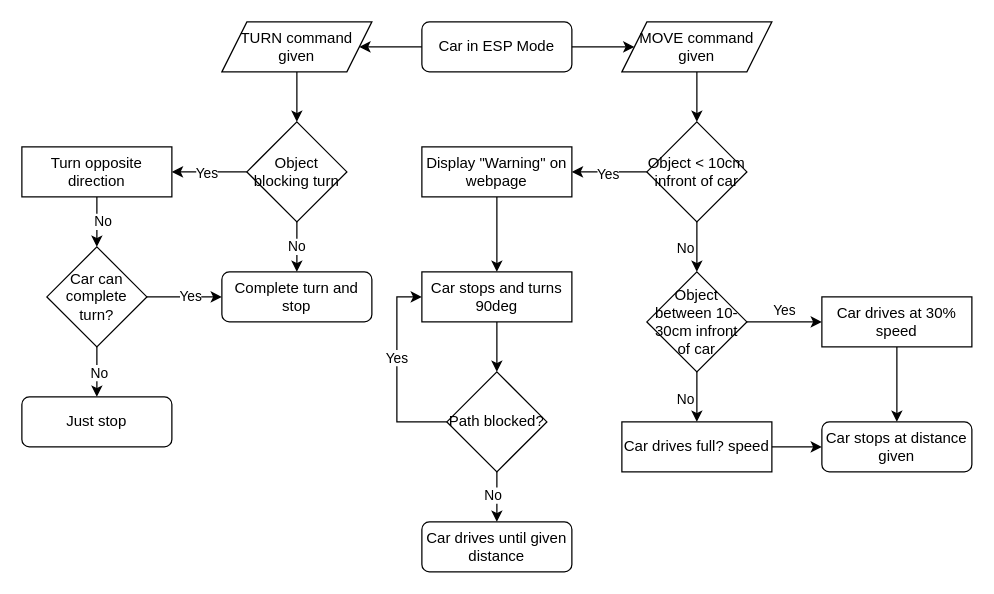
Earlier version of the draw.io diagram flowchart/flowchart_wip.drawio (ZackedBy/smart-vehicle). Source tidied: cells renumbered, new cells numbered last; positions are measured from the earlier drawing's top-left corner, leaving out a move shared by most shapes. Both pictures are drawn from the tidied source at 125%, with x=0, y=0 at pixel (21, 21).
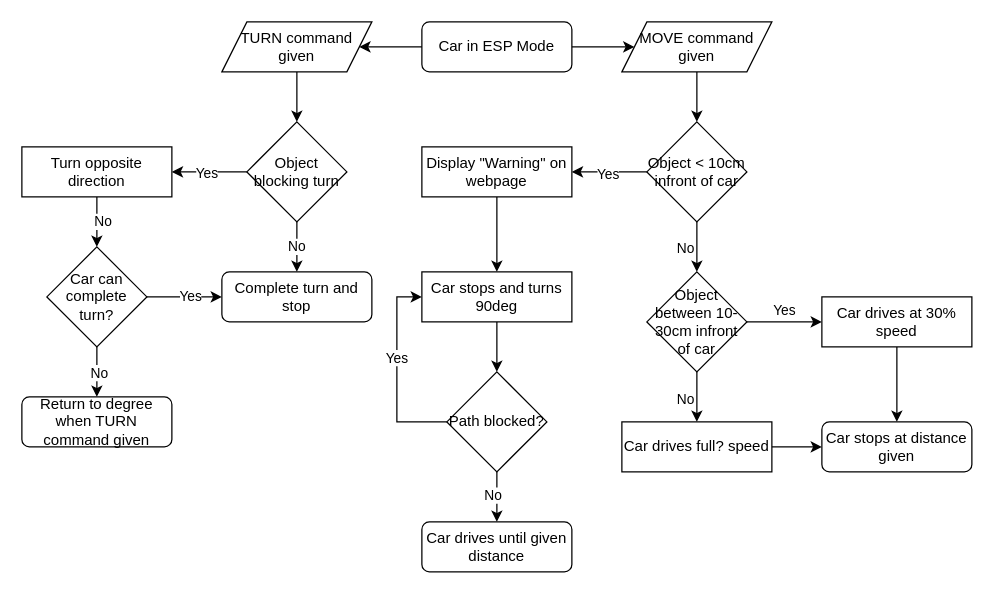
The same diagram, later.

Commit message (it also covers changes not shown here):
update flowchart to match code

Change to the diagram source:
```diff
@@
-    <mxCell id="46" value="Just stop" style="rounded=1;whiteSpace=wrap;html=1;" parent="1" vertex="1">
+    <mxCell id="46" value="Return to degree when TURN command given" style="rounded=1;whiteSpace=wrap;html=1;" parent="1" vertex="1">
       <mxGeometry y="300" width="120" height="40" as="geometry" />
     </mxCell>
```
